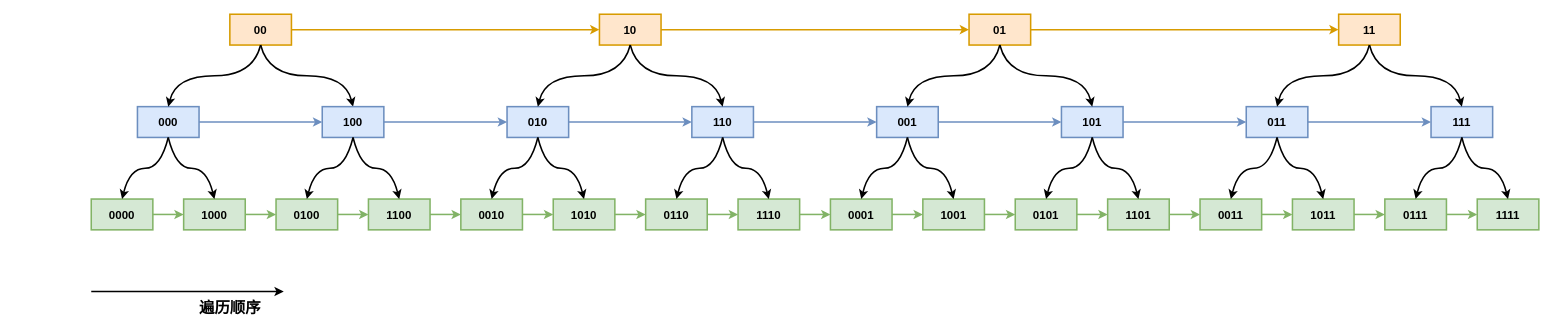
donscoco/diagrams keeps this draw.io diagram as redis/redis-scan.drawio. Above is the earlier version. Source tidied: cells renumbered, new cells numbered last; positions are measured from the earlier drawing's top-left corner, leaving out a move shared by most shapes. Both pictures are drawn from the tidied source at 77%, with x=0, y=0 at pixel (91, 14).
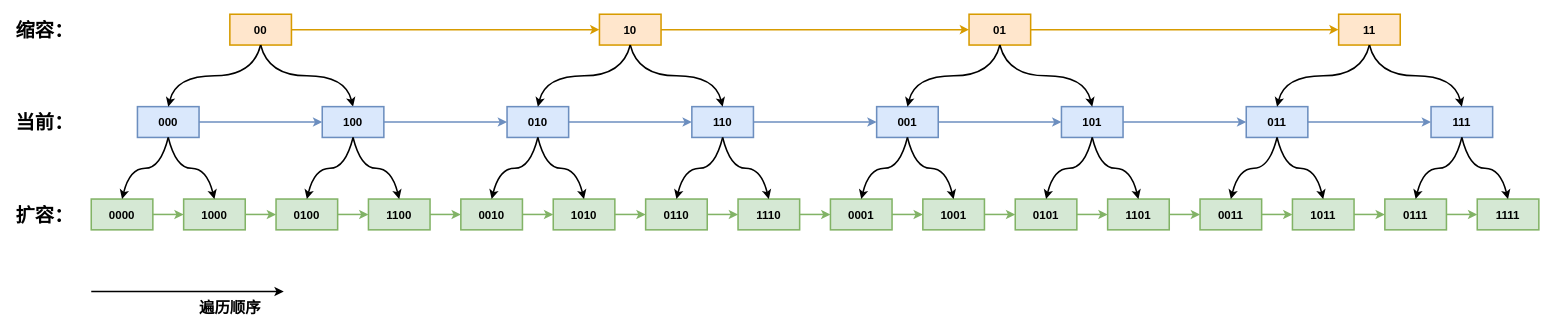
The same diagram, later.

The edit, as a diff of the source:
```diff
@@
+    <mxCell id="81" value="缩容：" style="text;strokeColor=none;fillColor=none;html=1;fontSize=25;fontStyle=1;verticalAlign=middle;align=center;" parent="1" vertex="1">
+      <mxGeometry x="-101" width="80" height="40" as="geometry" />
+    </mxCell>
+    <mxCell id="82" value="当前：" style="text;strokeColor=none;fillColor=none;html=1;fontSize=25;fontStyle=1;verticalAlign=middle;align=center;" parent="1" vertex="1">
+      <mxGeometry x="-101" y="120" width="80" height="40" as="geometry" />
+    </mxCell>
+    <mxCell id="83" value="扩容：" style="text;strokeColor=none;fillColor=none;html=1;fontSize=25;fontStyle=1;verticalAlign=middle;align=center;" parent="1" vertex="1">
+      <mxGeometry x="-101" y="240" width="80" height="40" as="geometry" />
+    </mxCell>
```
